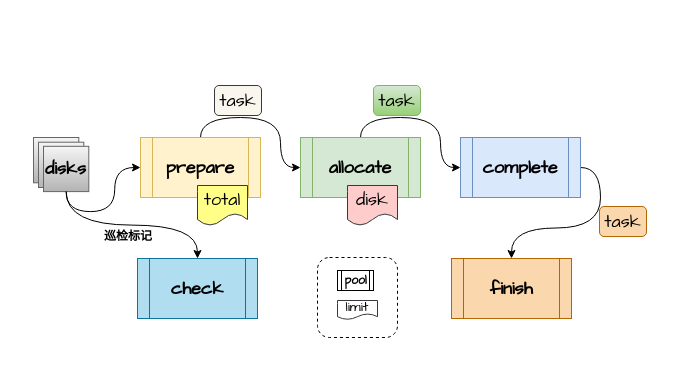
Before: 任务调度.drawio in JasonHu520/examples, a draw.io diagram. Source tidied: cells renumbered, new cells numbered last; positions are measured from the earlier drawing's top-left corner, leaving out a move shared by most shapes. Both pictures are drawn from the tidied source at 100%, with x=0, y=0 at pixel (30, 85).
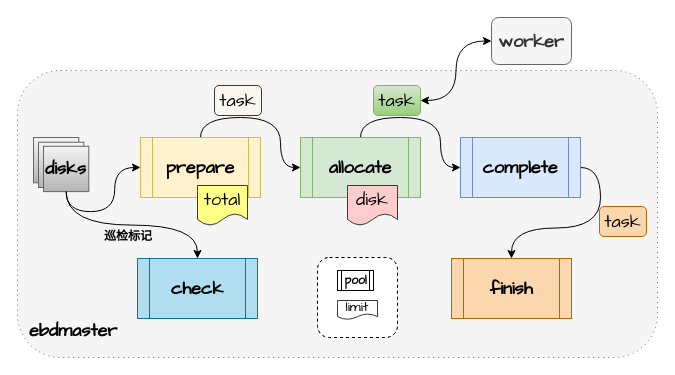
The same page after the edit.

Commit message:
更新任务调度.drawio

The change refers to these unchanged cells:
```xml
<mxCell id="11" value="&lt;font face=&quot;Comic Sans MS&quot; style=&quot;font-size: 18px;&quot;&gt;task&lt;/font&gt;" style="rounded=1;whiteSpace=wrap;html=1;fillColor=#d5e8d4;strokeColor=#82b366;gradientColor=#97d077;" parent="1" vertex="1">
  <mxGeometry x="343" width="47" height="30" as="geometry" />
</mxCell>
```

Diff of the diagram source:
```diff
@@
+    <mxCell id="26" style="rounded=1;whiteSpace=wrap;html=1;dashed=1;dashPattern=1 4;fillColor=#f5f5f5;fontColor=#333333;strokeColor=#666666;" parent="1" vertex="1">
+      <mxGeometry x="-13" y="-15" width="640" height="287" as="geometry" />
+    </mxCell>
@@
+    <mxCell id="27" style="edgeStyle=orthogonalEdgeStyle;curved=1;rounded=0;jettySize=auto;html=1;exitX=1;exitY=0.5;exitDx=0;exitDy=0;entryX=0;entryY=0.5;entryDx=0;entryDy=0;endArrow=classic;endFill=1;startArrow=classic;startFill=1;" parent="1" edge="1" source="11" target="29">
+      <mxGeometry relative="1" as="geometry" />
+    </mxCell>
@@
-    <mxCell id="22" style="group;rounded=1;strokeColor=#E6E6E6;dashed=1;" parent="1" vertex="1">
+    <mxCell id="22" style="group;rounded=1;strokeColor=#b85450;dashed=1;fillColor=#f8cecc;" parent="1" vertex="1">
       <mxGeometry x="287" y="172" width="80" height="80" as="geometry" />
     </mxCell>
@@
+    <mxCell id="28" value="&lt;font face=&quot;Comic Sans MS&quot; style=&quot;font-size: 18px;&quot;&gt;&lt;b&gt;ebdmaster&lt;/b&gt;&lt;/font&gt;" style="text;strokeColor=none;align=center;fillColor=none;html=1;verticalAlign=middle;whiteSpace=wrap;rounded=0;" parent="1" vertex="1">
+      <mxGeometry x="13" y="230" width="60" height="30" as="geometry" />
+    </mxCell>
+    <mxCell id="29" value="&lt;b&gt;&lt;font style=&quot;font-size: 18px;&quot; face=&quot;Comic Sans MS&quot;&gt;worker&lt;/font&gt;&lt;/b&gt;" style="rounded=1;whiteSpace=wrap;html=1;fillColor=#f5f5f5;fontColor=#333333;strokeColor=#666666;" parent="1" vertex="1">
+      <mxGeometry x="461" y="-68" width="80" height="47" as="geometry" />
+    </mxCell>
```
